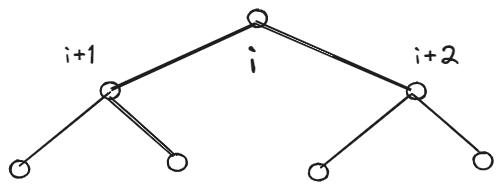
This is diplom/assets/ml/generation/markov_field.excalidraw.png from NMashalov/EducationGenerativeModelApplication, a Excalidraw export, as it was before one commit. Source tidied: one line per element, renumbered; positions are measured from the earlier drawing's top-left corner, leaving out a move shared by most shapes.
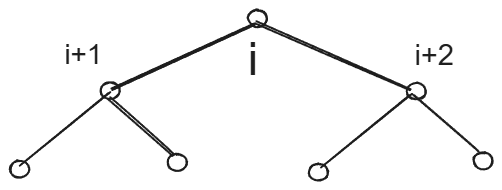
Above is the later version.

Diff of the diagram source:
```diff
@@ -11,6 +11,6 @@
 {"id": 10, "type": "ellipse", "strokeColor": "#1e1e1e", "strokeWidth": 2, "roughness": 1, "round": true, "x": 238, "y": 0, "width": 19, "height": 17}
 {"id": 11, "type": "ellipse", "strokeColor": "#1e1e1e", "strokeWidth": 2, "roughness": 1, "round": true, "x": 299, "y": 154, "width": 19, "height": 17}
 {"id": 12, "type": "ellipse", "strokeColor": "#1e1e1e", "strokeWidth": 2, "roughness": 1, "round": true, "x": 463, "y": 142, "width": 19, "height": 17}
-{"id": 13, "type": "text", "text": "i", "strokeColor": "#1e1e1e", "strokeWidth": 2, "roughness": 1, "fontSize": 45.57, "fontFamily": 1, "x": 238, "y": 23, "width": 10, "height": 57}
+{"id": 13, "type": "text", "text": "i", "strokeColor": "#1e1e1e", "strokeWidth": 2, "roughness": 1, "fontSize": 45.57, "fontFamily": 2, "x": 238, "y": 23, "width": 10, "height": 52}
-{"id": 14, "type": "text", "text": "i+1", "strokeColor": "#1e1e1e", "strokeWidth": 2, "roughness": 1, "fontSize": 27.65, "fontFamily": 1, "x": 54, "y": 29, "width": 31, "height": 35}
+{"id": 14, "type": "text", "text": "i+1", "strokeColor": "#1e1e1e", "strokeWidth": 2, "roughness": 1, "fontSize": 27.65, "fontFamily": 2, "x": 54, "y": 29, "width": 38, "height": 32}
-{"id": 15, "type": "text", "text": "i+2", "strokeColor": "#1e1e1e", "strokeWidth": 2, "roughness": 1, "fontSize": 28.93, "fontFamily": 1, "x": 404, "y": 29, "width": 45, "height": 36}
+{"id": 15, "type": "text", "text": "i+2", "strokeColor": "#1e1e1e", "strokeWidth": 2, "roughness": 1, "fontSize": 28.93, "fontFamily": 2, "x": 404, "y": 29, "width": 39, "height": 33}
```
